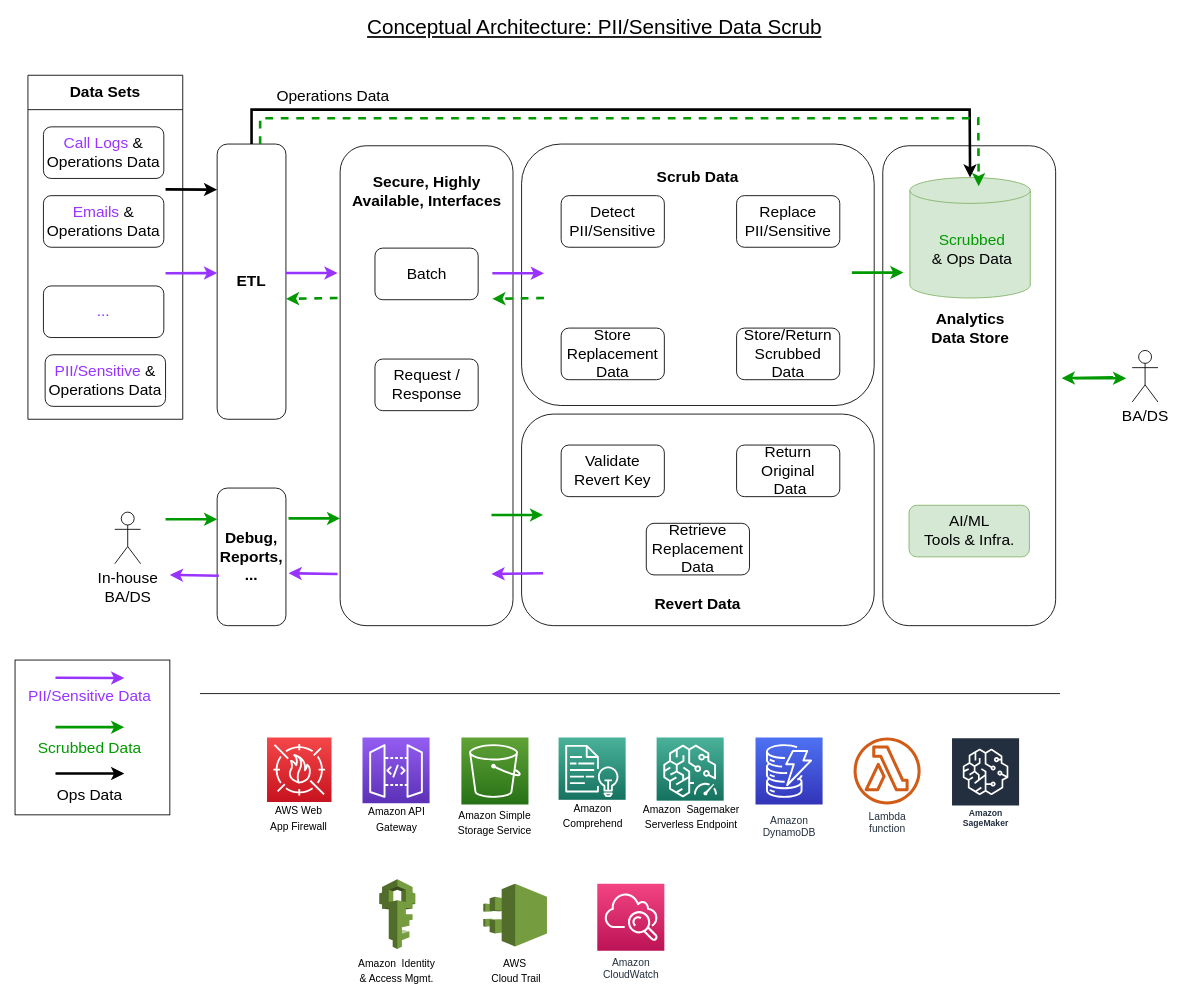
This is page "Concept. Arch." (5 of 7) of AB2 - 2022-12-01-v3.drawio from fotoby/ab3, a draw.io file, before an edit. Source tidied: cells renumbered, new cells numbered last; positions are measured from the earlier drawing's top-left corner, leaving out a move shared by most shapes. Both pictures are drawn from the tidied source at 86%, with x=0, y=0 at pixel (15, 15).
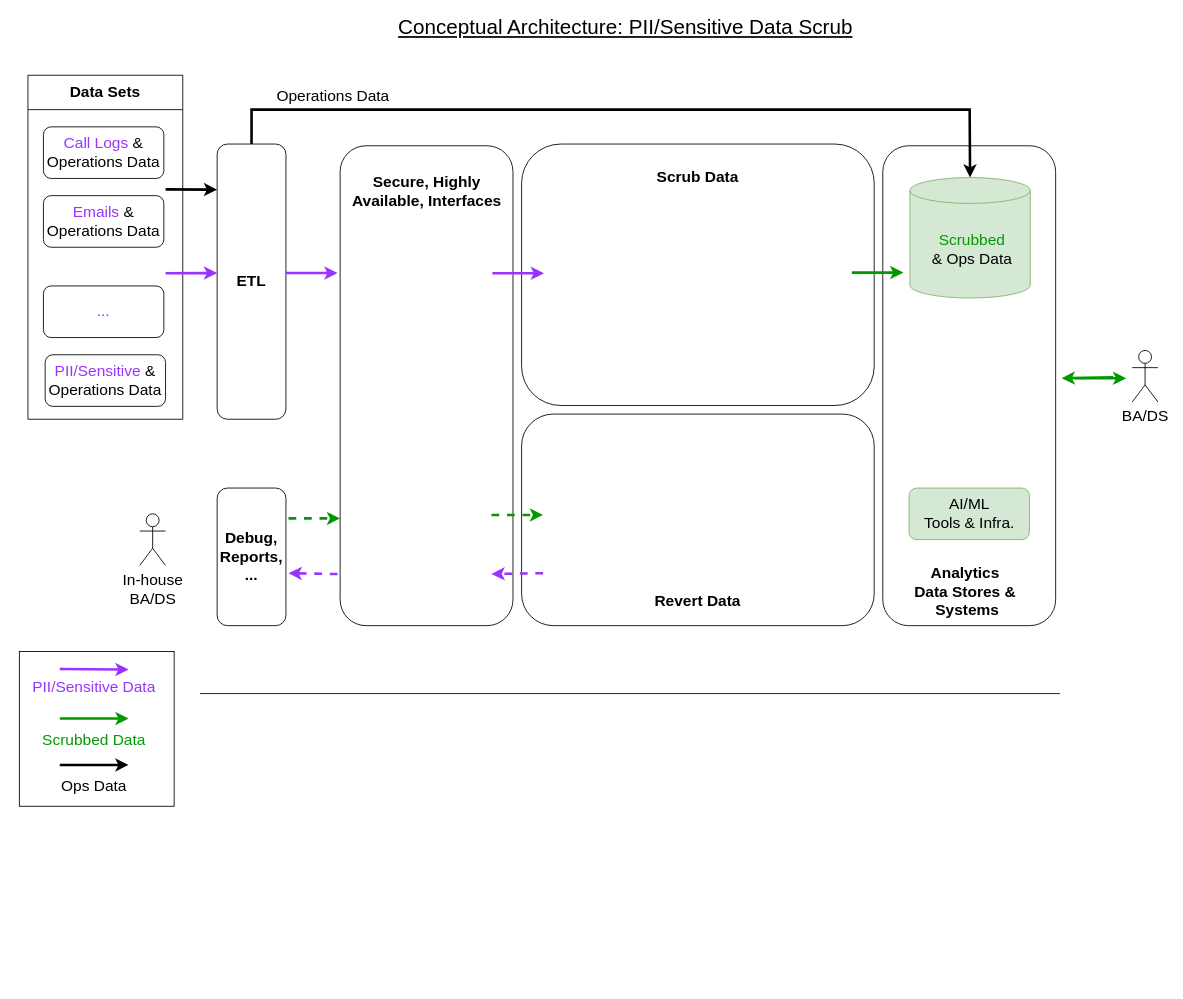
The same diagram, later.

Unchanged cells that the change refers to:
```xml
<mxCell id="15" value="&lt;b&gt;Debug,&lt;br&gt;Reports,&lt;br&gt;...&lt;/b&gt;" style="rounded=1;whiteSpace=wrap;html=1;shadow=0;labelBorderColor=none;strokeColor=default;fontSize=18;fontColor=#000000;" parent="1" vertex="1">
  <mxGeometry x="235" y="550" width="80" height="160" as="geometry" />
</mxCell>
```

The edit, as a diff of the source:
```diff
@@
     <mxCell id="11" value="&lt;font color=&quot;#000000&quot;&gt;In-house&lt;br&gt;BA/DS&lt;/font&gt;" style="shape=umlActor;verticalLabelPosition=bottom;verticalAlign=top;html=1;shadow=0;labelBorderColor=none;strokeColor=default;fontSize=18;fontColor=#9933FF;" parent="1" vertex="1">
-      <mxGeometry x="116" y="578" width="30" height="60" as="geometry" />
+      <mxGeometry x="145" y="580" width="30" height="60" as="geometry" />
     </mxCell>
@@
     <mxCell id="18" value="&lt;b&gt;Revert Data&lt;/b&gt;" style="text;html=1;strokeColor=none;fillColor=none;align=center;verticalAlign=middle;whiteSpace=wrap;rounded=0;shadow=0;labelBorderColor=none;fontSize=18;fontColor=#000000;" parent="1" vertex="1">
-      <mxGeometry x="699" y="670" width="190" height="30" as="geometry" />
+      <mxGeometry x="699" y="667" width="190" height="30" as="geometry" />
     </mxCell>
-    <mxCell id="19" value="Batch" style="rounded=1;whiteSpace=wrap;html=1;shadow=0;labelBorderColor=none;strokeColor=default;fontSize=18;fontColor=#000000;" parent="1" vertex="1">
-      <mxGeometry x="418.5" y="271" width="120" height="60" as="geometry" />
-    </mxCell>
-    <mxCell id="20" value="Request / Response" style="rounded=1;whiteSpace=wrap;html=1;shadow=0;labelBorderColor=none;strokeColor=default;fontSize=18;fontColor=#000000;" parent="1" vertex="1">
-      <mxGeometry x="418.5" y="400" width="120" height="60" as="geometry" />
-    </mxCell>
-    <mxCell id="21" value="Retrieve Replacement&lt;br&gt;Data" style="rounded=1;whiteSpace=wrap;html=1;shadow=0;labelBorderColor=none;strokeColor=default;fontSize=18;fontColor=#000000;" parent="1" vertex="1">
-      <mxGeometry x="734" y="591" width="120" height="60" as="geometry" />
-    </mxCell>
-    <mxCell id="22" value="Return Original&lt;br&gt;&amp;nbsp;Data" style="rounded=1;whiteSpace=wrap;html=1;shadow=0;labelBorderColor=none;strokeColor=default;fontSize=18;fontColor=#000000;" parent="1" vertex="1">
-      <mxGeometry x="839" y="500" width="120" height="60" as="geometry" />
-    </mxCell>
-    <mxCell id="23" value="Validate Revert Key" style="rounded=1;whiteSpace=wrap;html=1;shadow=0;labelBorderColor=none;strokeColor=default;fontSize=18;fontColor=#000000;" parent="1" vertex="1">
-      <mxGeometry x="635" y="500" width="120" height="60" as="geometry" />
-    </mxCell>
-    <mxCell id="24" style="endArrow=classic;html=1;rounded=0;fontSize=12;fontColor=#009900;strokeColor=#009900;strokeWidth=3;entryX=0.75;entryY=0;entryDx=0;entryDy=0;" parent="1" edge="1">
+    <mxCell id="24" style="endArrow=classic;html=1;rounded=0;fontSize=12;fontColor=#009900;strokeColor=#009900;strokeWidth=3;entryX=0.75;entryY=0;entryDx=0;entryDy=0;dashed=1;" parent="1" edge="1">
       <mxGeometry relative="1" as="geometry">
         <mxPoint x="318" y="585.3" as="sourcePoint" />
         <mxPoint x="378" y="585.3" as="targetPoint" />
       </mxGeometry>
     </mxCell>
-    <mxCell id="25" style="endArrow=classic;html=1;rounded=0;fontSize=18;fontColor=#000000;entryX=0;entryY=0.5;entryDx=0;entryDy=0;strokeColor=#9933FF;strokeWidth=3;" parent="1" edge="1">
+    <mxCell id="25" style="endArrow=classic;html=1;rounded=0;fontSize=18;fontColor=#000000;entryX=0;entryY=0.5;entryDx=0;entryDy=0;strokeColor=#9933FF;strokeWidth=3;dashed=1;" parent="1" edge="1">
       <mxGeometry relative="1" as="geometry">
         <mxPoint x="614" y="649" as="sourcePoint" />
         <mxPoint x="554" y="650" as="targetPoint" />
       </mxGeometry>
     </mxCell>
-    <mxCell id="26" style="endArrow=classic;html=1;rounded=0;fontSize=12;fontColor=#009900;strokeColor=#009900;strokeWidth=3;entryX=0.75;entryY=0;entryDx=0;entryDy=0;" parent="1" edge="1">
+    <mxCell id="26" style="endArrow=classic;html=1;rounded=0;fontSize=12;fontColor=#009900;strokeColor=#009900;strokeWidth=3;entryX=0.75;entryY=0;entryDx=0;entryDy=0;dashed=1;" parent="1" edge="1">
       <mxGeometry relative="1" as="geometry">
         <mxPoint x="554" y="581.3" as="sourcePoint" />
         <mxPoint x="614" y="581.3" as="targetPoint" />
       </mxGeometry>
     </mxCell>
-    <mxCell id="27" value="Detect PII/Sensitive" style="rounded=1;whiteSpace=wrap;html=1;shadow=0;labelBorderColor=none;strokeColor=default;fontSize=18;fontColor=#000000;" parent="1" vertex="1">
-      <mxGeometry x="635" y="210" width="120" height="60" as="geometry" />
-    </mxCell>
-    <mxCell id="28" value="Replace PII/Sensitive" style="rounded=1;whiteSpace=wrap;html=1;shadow=0;labelBorderColor=none;strokeColor=default;fontSize=18;fontColor=#000000;" parent="1" vertex="1">
-      <mxGeometry x="839" y="210" width="120" height="60" as="geometry" />
-    </mxCell>
-    <mxCell id="29" value="Store Replacement&lt;br&gt;Data" style="rounded=1;whiteSpace=wrap;html=1;shadow=0;labelBorderColor=none;strokeColor=default;fontSize=18;fontColor=#000000;" parent="1" vertex="1">
-      <mxGeometry x="635" y="364" width="120" height="60" as="geometry" />
-    </mxCell>
     <mxCell id="30" style="group;" parent="1" vertex="1">
-      <mxGeometry y="750" width="180" height="180" as="geometry" />
+      <mxGeometry x="5" y="740" width="180" height="180" as="geometry" />
     </mxCell>
@@
-    <mxCell id="38" style="endArrow=classic;html=1;rounded=0;fontSize=18;fontColor=#000000;entryX=1.038;entryY=0.619;entryDx=0;entryDy=0;strokeColor=#9933FF;strokeWidth=3;entryPerimeter=0;" parent="1" edge="1" target="15">
+    <mxCell id="38" style="endArrow=classic;html=1;rounded=0;fontSize=18;fontColor=#000000;entryX=1.038;entryY=0.619;entryDx=0;entryDy=0;strokeColor=#9933FF;strokeWidth=3;entryPerimeter=0;dashed=1;" parent="1" edge="1" target="15">
       <mxGeometry relative="1" as="geometry">
         <mxPoint x="375" y="650" as="sourcePoint" />
       </mxGeometry>
     </mxCell>
@@
-    <mxCell id="42" value="&lt;b&gt;Analytics&lt;br&gt;Data Store&lt;/b&gt;" style="text;html=1;strokeColor=none;fillColor=none;align=center;verticalAlign=middle;whiteSpace=wrap;rounded=0;shadow=0;labelBorderColor=none;fontSize=18;fontColor=#000000;" parent="1" vertex="1">
-      <mxGeometry x="1050.5" y="350" width="120" height="30" as="geometry" />
+    <mxCell id="42" value="&lt;b&gt;Analytics&lt;br&gt;Data Stores &amp;amp; &amp;nbsp;Systems&lt;/b&gt;" style="text;html=1;strokeColor=none;fillColor=none;align=center;verticalAlign=middle;whiteSpace=wrap;rounded=0;shadow=0;labelBorderColor=none;fontSize=18;fontColor=#000000;" parent="1" vertex="1">
+      <mxGeometry x="1025" y="656" width="160" height="30" as="geometry" />
     </mxCell>
     <mxCell id="43" value="&lt;font style=&quot;font-size: 24px;&quot;&gt;&lt;u&gt;Conceptual Architecture: PII/Sensitive Data Scrub&lt;/u&gt;&lt;/font&gt;" style="text;html=1;strokeColor=none;fillColor=none;align=center;verticalAlign=middle;whiteSpace=wrap;rounded=0;fontSize=16;" parent="1" vertex="1">
-      <mxGeometry x="389" width="570" height="30" as="geometry" />
+      <mxGeometry x="425" width="570" height="30" as="geometry" />
     </mxCell>
-    <mxCell id="44" value="Store/Return Scrubbed Data" style="rounded=1;whiteSpace=wrap;html=1;shadow=0;labelBorderColor=none;strokeColor=default;fontSize=18;fontColor=#000000;" parent="1" vertex="1">
-      <mxGeometry x="839" y="364" width="120" height="60" as="geometry" />
-    </mxCell>
@@
-    <mxCell id="50" style="endArrow=classic;html=1;rounded=0;fontSize=12;fontColor=#009900;strokeColor=#009900;strokeWidth=3;entryX=0.75;entryY=0;entryDx=0;entryDy=0;" parent="1" edge="1">
-      <mxGeometry relative="1" as="geometry">
-        <mxPoint x="175" y="586.3" as="sourcePoint" />
-        <mxPoint x="235" y="586.3" as="targetPoint" />
-      </mxGeometry>
-    </mxCell>
-    <mxCell id="51" style="endArrow=classic;html=1;rounded=0;fontSize=18;fontColor=#000000;entryX=1.038;entryY=0.619;entryDx=0;entryDy=0;strokeColor=#9933FF;strokeWidth=3;entryPerimeter=0;" parent="1" edge="1">
-      <mxGeometry relative="1" as="geometry">
-        <mxPoint x="237" y="652" as="sourcePoint" />
-        <mxPoint x="180" y="651" as="targetPoint" />
-      </mxGeometry>
-    </mxCell>
-    <mxCell id="52" style="endArrow=classic;html=1;rounded=0;fontSize=18;fontColor=#000000;entryX=0;entryY=0.5;entryDx=0;entryDy=0;strokeColor=#009900;strokeWidth=3;dashed=1;" parent="1" edge="1">
-      <mxGeometry relative="1" as="geometry">
-        <mxPoint x="615" y="329" as="sourcePoint" />
-        <mxPoint x="555" y="330" as="targetPoint" />
-      </mxGeometry>
-    </mxCell>
-    <mxCell id="53" style="group;" parent="1" vertex="1">
-      <mxGeometry x="285" y="840" width="90" height="108" as="geometry" />
-    </mxCell>
-    <mxCell id="54" style="sketch=0;fontColor=#232F3E;gradientColor=#F54749;gradientDirection=north;fillColor=#C7131F;strokeColor=#ffffff;dashed=0;verticalLabelPosition=bottom;verticalAlign=top;align=center;html=1;fontSize=12;fontStyle=0;shape=mxgraph.aws4.resourceIcon;resIcon=mxgraph.aws4.waf;labelBackgroundColor=#000000;" parent="53" vertex="1">
-      <mxGeometry x="8" width="75" height="75" as="geometry" />
-    </mxCell>
-    <mxCell id="55" value="&lt;font style=&quot;font-size: 12px;&quot;&gt;AWS Web &lt;br&gt;App Firewall&lt;/font&gt;" style="text;html=1;align=center;verticalAlign=middle;whiteSpace=wrap;rounded=0;dashed=1;labelBackgroundColor=#FFFFFF;fontSize=15;" parent="53" vertex="1">
-      <mxGeometry y="78" width="90" height="30" as="geometry" />
-    </mxCell>
-    <mxCell id="56" style="group;" parent="1" vertex="1">
-      <mxGeometry x="399" y="840" width="90" height="108.5" as="geometry" />
-    </mxCell>
-    <mxCell id="57" style="sketch=0;fontColor=#232F3E;gradientColor=#945DF2;gradientDirection=north;fillColor=#5A30B5;strokeColor=#ffffff;dashed=0;verticalLabelPosition=bottom;verticalAlign=top;align=center;html=1;fontSize=12;fontStyle=0;shape=mxgraph.aws4.resourceIcon;resIcon=mxgraph.aws4.api_gateway;labelBackgroundColor=#000000;" parent="56" vertex="1">
-      <mxGeometry x="5" width="78" height="78" as="geometry" />
-    </mxCell>
-    <mxCell id="58" value="&lt;font style=&quot;font-size: 12px;&quot;&gt;Amazon API Gateway&lt;/font&gt;" style="text;html=1;strokeColor=none;fillColor=none;align=center;verticalAlign=middle;whiteSpace=wrap;rounded=0;dashed=1;labelBackgroundColor=#FFFFFF;fontSize=15;fontColor=#000000;" parent="56" vertex="1">
-      <mxGeometry y="78.5" width="90" height="30" as="geometry" />
-    </mxCell>
-    <mxCell id="59" style="group;" parent="1" vertex="1">
-      <mxGeometry x="510" y="840" width="96" height="113" as="geometry" />
-    </mxCell>
-    <mxCell id="60" style="sketch=0;fontColor=#232F3E;gradientColor=#60A337;gradientDirection=north;fillColor=#277116;strokeColor=#ffffff;dashed=0;verticalLabelPosition=bottom;verticalAlign=top;align=center;html=1;fontSize=12;fontStyle=0;shape=mxgraph.aws4.resourceIcon;resIcon=mxgraph.aws4.s3;" parent="59" vertex="1">
-      <mxGeometry x="9" width="78" height="78" as="geometry" />
-    </mxCell>
-    <mxCell id="61" value="&lt;font style=&quot;font-size: 12px;&quot;&gt;Amazon Simple Storage Service&lt;/font&gt;" style="text;html=1;strokeColor=none;fillColor=none;align=center;verticalAlign=middle;whiteSpace=wrap;rounded=0;dashed=1;labelBackgroundColor=#FFFFFF;fontSize=15;fontColor=#000000;" parent="59" vertex="1">
-      <mxGeometry y="83" width="96" height="30" as="geometry" />
-    </mxCell>
-    <mxCell id="62" value="Lambda&lt;br&gt;function" style="fontColor=#232F3E;gradientColor=none;fillColor=#D05C17;strokeColor=none;dashed=0;verticalLabelPosition=bottom;verticalAlign=top;align=center;html=1;fontSize=12;fontStyle=0;shape=mxgraph.aws4.lambda_function;labelBackgroundColor=#ffffff;" parent="1" vertex="1">
-      <mxGeometry x="975" y="840" width="78" height="78" as="geometry" />
-    </mxCell>
-    <mxCell id="63" value="Amazon&lt;br&gt;DynamoDB&lt;br&gt;" style="fontColor=#232F3E;gradientColor=#4D72F3;gradientDirection=north;fillColor=#3334B9;strokeColor=#ffffff;dashed=0;verticalLabelPosition=bottom;verticalAlign=top;align=center;html=1;fontSize=12;fontStyle=0;shape=mxgraph.aws4.resourceIcon;resIcon=mxgraph.aws4.dynamodb;labelBackgroundColor=#ffffff;spacingTop=5;" parent="1" vertex="1">
-      <mxGeometry x="861" y="840" width="78" height="78" as="geometry" />
-    </mxCell>
-    <mxCell id="64" style="group;" parent="1" vertex="1">
-      <mxGeometry x="627" y="840" width="90" height="105" as="geometry" />
-    </mxCell>
-    <mxCell id="65" style="sketch=0;fontColor=#232F3E;gradientColor=#4AB29A;gradientDirection=north;fillColor=#116D5B;strokeColor=#ffffff;dashed=0;verticalLabelPosition=bottom;verticalAlign=top;align=center;html=1;fontSize=12;fontStyle=0;shape=mxgraph.aws4.resourceIcon;resIcon=mxgraph.aws4.comprehend;" parent="64" vertex="1">
-      <mxGeometry x="5" width="78" height="78" as="geometry" />
-    </mxCell>
-    <mxCell id="66" value="&lt;span style=&quot;font-size: 12px;&quot;&gt;Amazon Comprehend&lt;/span&gt;" style="text;html=1;strokeColor=none;fillColor=none;align=center;verticalAlign=middle;whiteSpace=wrap;rounded=0;dashed=1;labelBackgroundColor=#FFFFFF;fontSize=15;fontColor=#000000;" parent="64" vertex="1">
-      <mxGeometry y="75" width="90" height="30" as="geometry" />
-    </mxCell>
-    <mxCell id="67" style="group;" parent="1" vertex="1">
-      <mxGeometry x="727" y="840" width="119" height="106" as="geometry" />
-    </mxCell>
-    <mxCell id="68" style="sketch=0;fontColor=#232F3E;gradientColor=#4AB29A;gradientDirection=north;fillColor=#116D5B;strokeColor=#ffffff;dashed=0;verticalLabelPosition=bottom;verticalAlign=top;align=center;html=1;fontSize=12;fontStyle=0;shape=mxgraph.aws4.resourceIcon;resIcon=mxgraph.aws4.elastic_inference_2;" parent="67" vertex="1">
-      <mxGeometry x="19" width="78" height="78" as="geometry" />
-    </mxCell>
-    <mxCell id="69" value="&lt;font style=&quot;font-size: 12px;&quot;&gt;Amazon &amp;nbsp;Sagemaker Serverless Endpoint&lt;/font&gt;" style="text;html=1;strokeColor=none;fillColor=none;align=center;verticalAlign=middle;whiteSpace=wrap;rounded=0;dashed=1;labelBackgroundColor=#FFFFFF;fontSize=15;fontColor=#000000;" parent="67" vertex="1">
-      <mxGeometry y="76" width="119" height="30" as="geometry" />
-    </mxCell>
-    <mxCell id="70" value="Amazon SageMaker" style="sketch=0;fontColor=#232F3E;gradientColor=none;strokeColor=#ffffff;fillColor=#232F3E;dashed=0;verticalLabelPosition=middle;verticalAlign=bottom;align=center;html=1;whiteSpace=wrap;fontSize=10;fontStyle=1;spacing=3;shape=mxgraph.aws4.productIcon;prIcon=mxgraph.aws4.sagemaker;" parent="1" vertex="1">
-      <mxGeometry x="1088.5" y="840" width="80" height="110" as="geometry" />
-    </mxCell>
-    <mxCell id="71" value="Amazon&lt;br&gt;CloudWatch&lt;br&gt;" style="fontColor=#232F3E;gradientColor=#F34482;gradientDirection=north;fillColor=#BC1356;strokeColor=#ffffff;dashed=0;verticalLabelPosition=bottom;verticalAlign=top;align=center;html=1;fontSize=12;fontStyle=0;shape=mxgraph.aws4.resourceIcon;resIcon=mxgraph.aws4.cloudwatch;labelBackgroundColor=#ffffff;" parent="1" vertex="1">
-      <mxGeometry x="677" y="1010" width="78" height="78" as="geometry" />
-    </mxCell>
-    <mxCell id="72" style="group;" parent="1" vertex="1">
-      <mxGeometry x="396" y="1005" width="96" height="120" as="geometry" />
-    </mxCell>
-    <mxCell id="73" style="dashed=0;verticalLabelPosition=bottom;verticalAlign=top;align=center;html=1;shape=mxgraph.aws3.iam;fillColor=#759C3E;gradientColor=none;labelBackgroundColor=#000000;strokeColor=#000000;fontSize=15;fontColor=#FFFFFF;" parent="72" vertex="1">
-      <mxGeometry x="27.5" width="42" height="81" as="geometry" />
-    </mxCell>
-    <mxCell id="74" value="&lt;font style=&quot;font-size: 12px;&quot;&gt;Amazon &amp;nbsp;Identity &amp;amp; Access Mgmt.&lt;/font&gt;" style="text;html=1;strokeColor=none;fillColor=none;align=center;verticalAlign=middle;whiteSpace=wrap;rounded=0;dashed=1;labelBackgroundColor=#FFFFFF;fontSize=15;fontColor=#000000;" parent="72" vertex="1">
-      <mxGeometry y="90" width="96" height="30" as="geometry" />
-    </mxCell>
-    <mxCell id="75" style="group;" parent="1" vertex="1">
-      <mxGeometry x="535" y="1010" width="96" height="115" as="geometry" />
-    </mxCell>
-    <mxCell id="76" style="dashed=0;verticalLabelPosition=bottom;verticalAlign=top;align=center;html=1;shape=mxgraph.aws3.cloudtrail;fillColor=#759C3E;gradientColor=none;labelBackgroundColor=#000000;strokeColor=#000000;fontSize=15;fontColor=#FFFFFF;" parent="75" vertex="1">
-      <mxGeometry x="9.5" width="74" height="73" as="geometry" />
-    </mxCell>
-    <mxCell id="77" value="&lt;font style=&quot;font-size: 12px;&quot;&gt;AWS&amp;nbsp;&lt;br&gt;Cloud Trail&lt;br&gt;&lt;/font&gt;" style="text;html=1;strokeColor=none;fillColor=none;align=center;verticalAlign=middle;whiteSpace=wrap;rounded=0;dashed=1;labelBackgroundColor=#FFFFFF;fontSize=15;fontColor=#000000;" parent="75" vertex="1">
-      <mxGeometry y="85" width="96" height="30" as="geometry" />
-    </mxCell>
     <mxCell id="78" value="AI/ML&lt;br&gt;Tools &amp;amp; Infra." style="rounded=1;whiteSpace=wrap;html=1;shadow=0;strokeColor=#82b366;fontSize=18;fillColor=#d5e8d4;" parent="1" vertex="1">
-      <mxGeometry x="1039.5" y="570" width="140" height="60" as="geometry" />
+      <mxGeometry x="1039.5" y="550" width="140" height="60" as="geometry" />
     </mxCell>
@@
-    <mxCell id="83" style="endArrow=classic;html=1;rounded=0;fontSize=18;fontColor=#000000;entryX=0;entryY=0.5;entryDx=0;entryDy=0;strokeColor=#009900;strokeWidth=3;dashed=1;" parent="1" edge="1">
-      <mxGeometry relative="1" as="geometry">
-        <mxPoint x="375" y="329" as="sourcePoint" />
-        <mxPoint x="315" y="330" as="targetPoint" />
-      </mxGeometry>
-    </mxCell>
-    <mxCell id="84" style="endArrow=classic;html=1;rounded=0;fontSize=18;fontColor=#000000;entryX=0.5;entryY=0;entryDx=0;entryDy=0;entryPerimeter=0;strokeWidth=3;fillColor=#d5e8d4;strokeColor=#009900;dashed=1;" parent="1" edge="1">
-      <mxGeometry relative="1" as="geometry">
-        <mxPoint x="285" y="150" as="sourcePoint" />
-        <mxPoint x="1120.5" y="199" as="targetPoint" />
-        <Array as="points">
-          <mxPoint x="285" y="120" />
-          <mxPoint x="1120" y="120" />
-        </Array>
-      </mxGeometry>
-    </mxCell>
```
